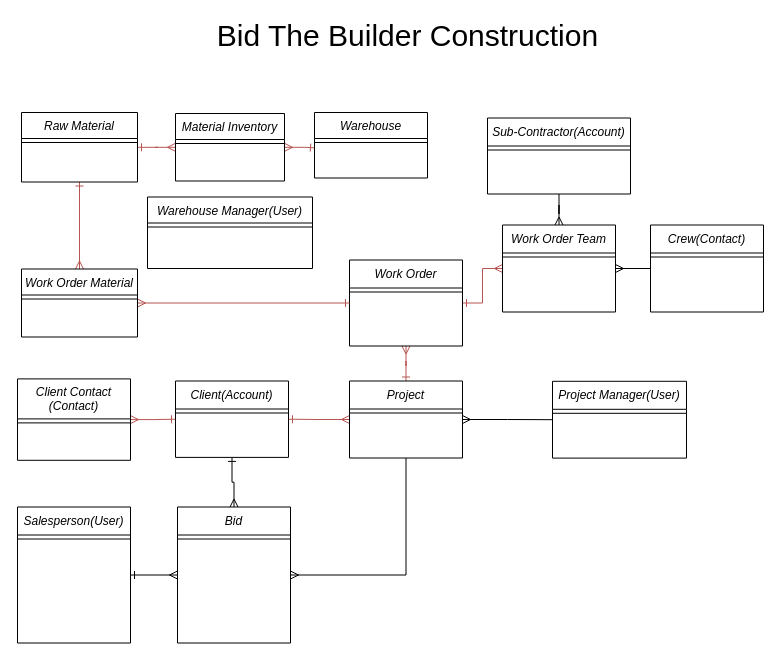
Earlier version of the draw.io diagram Bid-The-Builder/Untitled Diagram.drawio (Jmiccolo/Bid_The_Builder). Source tidied: cells renumbered, new cells numbered last; positions are measured from the earlier drawing's top-left corner, leaving out a move shared by most shapes. Both pictures are drawn from the tidied source at 100%, with x=0, y=0 at pixel (17, 23).
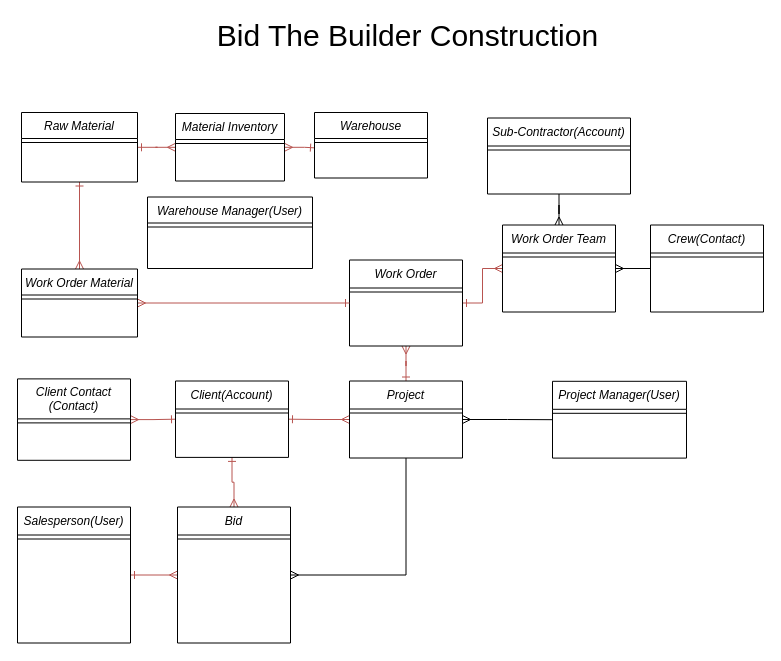
The same page after the edit.

The change refers to these unchanged cells:
```xml
<mxCell id="23" value="Client(Account)" style="swimlane;fontStyle=2;align=center;verticalAlign=top;horizontal=1;startSize=28;rounded=0;shadow=0;strokeWidth=1;" parent="1" vertex="1">
  <mxGeometry x="158" y="357.5" width="113" height="76.4" as="geometry" />
</mxCell>
<mxCell id="42" value="Bid" style="swimlane;fontStyle=2;align=center;verticalAlign=top;horizontal=1;startSize=28;rounded=0;shadow=0;strokeWidth=1;" parent="1" vertex="1">
  <mxGeometry x="160" y="483.5" width="113" height="136" as="geometry" />
</mxCell>
<mxCell id="44" value="Salesperson(User)" style="swimlane;fontStyle=2;align=center;verticalAlign=top;horizontal=1;startSize=28;rounded=0;shadow=0;strokeWidth=1;" parent="1" vertex="1">
  <mxGeometry y="483.5" width="113" height="136" as="geometry" />
</mxCell>
```

Diff of the diagram source:
```diff
@@
-    <mxCell id="22" style="edgeStyle=orthogonalEdgeStyle;rounded=0;jettySize=auto;html=1;startArrow=ERone;startFill=0;endArrow=ERmany;endFill=0;" parent="1" edge="1" source="23" target="42">
+    <mxCell id="22" style="edgeStyle=orthogonalEdgeStyle;rounded=0;jettySize=auto;html=1;startArrow=ERone;startFill=0;endArrow=ERmany;endFill=0;fillColor=#f8cecc;strokeColor=#b85450;" parent="1" edge="1" source="23" target="42">
       <mxGeometry relative="1" as="geometry" />
     </mxCell>
@@
-    <mxCell id="41" style="edgeStyle=orthogonalEdgeStyle;rounded=0;jettySize=auto;html=1;startArrow=ERone;startFill=0;endArrow=ERmany;endFill=0;" parent="1" edge="1" source="44" target="42">
+    <mxCell id="41" style="edgeStyle=orthogonalEdgeStyle;rounded=0;jettySize=auto;html=1;startArrow=ERone;startFill=0;endArrow=ERmany;endFill=0;fillColor=#f8cecc;strokeColor=#b85450;" parent="1" edge="1" source="44" target="42">
       <mxGeometry relative="1" as="geometry" />
     </mxCell>
```
